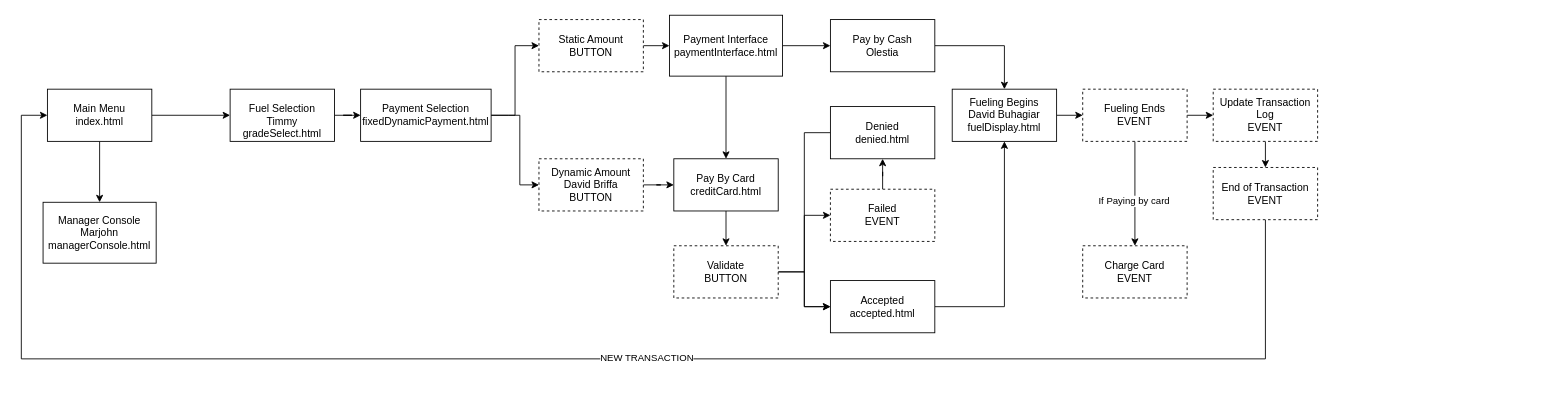
Earlier version of the draw.io diagram Design-Diagrams-And-Misc/GasStation.drawio (David-Briffa/CIS2207-Assignment). Source tidied: cells renumbered, new cells numbered last; positions are measured from the earlier drawing's top-left corner, leaving out a move shared by most shapes. Both pictures are drawn from the tidied source at 87%, with x=0, y=0 at pixel (21, 15).
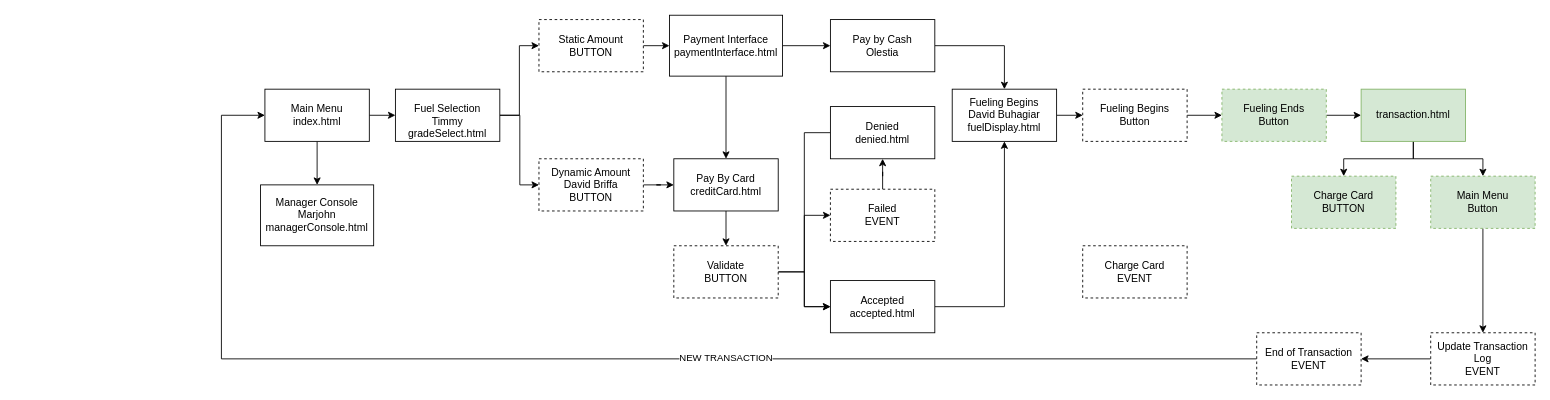
Above is the later version.

Commit message:
Added a missing page with two buttons

new items marked in green

The change refers to these unchanged cells:
```xml
<mxCell id="2" value="&lt;div&gt;Charge Card&lt;/div&gt;&lt;div&gt;EVENT&lt;br&gt;&lt;/div&gt;" style="rounded=0;whiteSpace=wrap;html=1;dashed=1;" parent="1" vertex="1">
  <mxGeometry x="1220" y="265" width="120" height="60" as="geometry" />
</mxCell>
<mxCell id="24" value="&lt;div&gt;Dynamic Amount&lt;/div&gt;&lt;div&gt;David Briffa&lt;/div&gt;&lt;div&gt;BUTTON&lt;br&gt;&lt;/div&gt;" style="rounded=0;whiteSpace=wrap;html=1;dashed=1;" parent="1" vertex="1">
  <mxGeometry x="595" y="165" width="120" height="60" as="geometry" />
</mxCell>
<mxCell id="26" value="&lt;div&gt;Static Amount&lt;/div&gt;BUTTON" style="rounded=0;whiteSpace=wrap;html=1;dashed=1;" parent="1" vertex="1">
  <mxGeometry x="595" y="5" width="120" height="60" as="geometry" />
</mxCell>
```

The edit, as a diff of the source:
```diff
@@
-    <mxCell id="3" style="edgeStyle=orthogonalEdgeStyle;rounded=0;jettySize=auto;html=1;exitX=0.5;exitY=1;exitDx=0;exitDy=0;entryX=0.5;entryY=0;entryDx=0;entryDy=0;" parent="1" edge="1" source="6" target="2">
+    <mxCell id="3" style="edgeStyle=orthogonalEdgeStyle;rounded=0;jettySize=auto;html=1;exitX=1;exitY=0.5;exitDx=0;exitDy=0;entryX=0;entryY=0.5;entryDx=0;entryDy=0;" parent="1" edge="1" source="6" target="49">
       <mxGeometry relative="1" as="geometry" />
     </mxCell>
-    <mxCell id="4" value="If Paying by card" style="edgeLabel;html=1;align=center;verticalAlign=middle;" parent="3" vertex="1">
-      <mxGeometry x="0.14" y="-2" relative="1" as="geometry" />
-    </mxCell>
-    <mxCell id="5" style="edgeStyle=orthogonalEdgeStyle;rounded=0;jettySize=auto;html=1;exitX=1;exitY=0.5;exitDx=0;exitDy=0;entryX=0;entryY=0.5;entryDx=0;entryDy=0;" parent="1" edge="1" source="6" target="32">
+    <mxCell id="5" style="edgeStyle=orthogonalEdgeStyle;rounded=0;jettySize=auto;html=1;exitX=1;exitY=0.5;exitDx=0;exitDy=0;entryX=0;entryY=0.5;entryDx=0;entryDy=0;" parent="1" edge="1" source="49" target="45">
       <mxGeometry relative="1" as="geometry" />
     </mxCell>
-    <mxCell id="6" value="&lt;div&gt;Fueling Ends&lt;/div&gt;&lt;div&gt;EVENT&lt;br&gt;&lt;/div&gt;" style="rounded=0;whiteSpace=wrap;html=1;dashed=1;" parent="1" vertex="1">
+    <mxCell id="6" value="&lt;div&gt;Fueling Begins&lt;br&gt;&lt;/div&gt;&lt;div&gt;Button&lt;br&gt;&lt;/div&gt;" style="rounded=0;whiteSpace=wrap;html=1;dashed=1;" parent="1" vertex="1">
       <mxGeometry x="1220" y="85" width="120" height="60" as="geometry" />
     </mxCell>
@@
-    <mxCell id="27" style="edgeStyle=orthogonalEdgeStyle;rounded=0;jettySize=auto;html=1;exitX=1;exitY=0.5;exitDx=0;exitDy=0;entryX=0;entryY=0.5;entryDx=0;entryDy=0;" parent="1" edge="1" source="42" target="26">
+    <mxCell id="27" style="edgeStyle=orthogonalEdgeStyle;rounded=0;jettySize=auto;html=1;exitX=1;exitY=0.5;exitDx=0;exitDy=0;entryX=0;entryY=0.5;entryDx=0;entryDy=0;" parent="1" edge="1" source="30" target="26">
       <mxGeometry relative="1" as="geometry" />
     </mxCell>
-    <mxCell id="28" style="edgeStyle=orthogonalEdgeStyle;rounded=0;jettySize=auto;html=1;exitX=1;exitY=0.5;exitDx=0;exitDy=0;entryX=0;entryY=0.5;entryDx=0;entryDy=0;" parent="1" edge="1" source="42" target="24">
+    <mxCell id="28" style="edgeStyle=orthogonalEdgeStyle;rounded=0;jettySize=auto;html=1;exitX=1;exitY=0.5;exitDx=0;exitDy=0;entryX=0;entryY=0.5;entryDx=0;entryDy=0;" parent="1" edge="1" source="30" target="24">
       <mxGeometry relative="1" as="geometry">
         <Array as="points">
-          <mxPoint x="560" y="115" />
           <mxPoint x="573" y="115" />
           <mxPoint x="573" y="195" />
         </Array>
       </mxGeometry>
     </mxCell>
-    <mxCell id="29" style="edgeStyle=orthogonalEdgeStyle;rounded=0;jettySize=auto;html=1;entryX=0;entryY=0.5;entryDx=0;entryDy=0;" parent="1" edge="1" source="30" target="42">
-      <mxGeometry relative="1" as="geometry" />
-    </mxCell>
     <mxCell id="30" value="&lt;div&gt;&lt;br&gt;&lt;/div&gt;&lt;div&gt;Fuel Selection&lt;/div&gt;&lt;div&gt;Timmy&lt;/div&gt;&lt;div&gt;gradeSelect.html&lt;br&gt;&lt;/div&gt;" style="rounded=0;whiteSpace=wrap;html=1;" parent="1" vertex="1">
-      <mxGeometry x="240" y="85" width="120" height="60" as="geometry" />
+      <mxGeometry x="430" y="85" width="120" height="60" as="geometry" />
     </mxCell>
-    <mxCell id="31" style="edgeStyle=orthogonalEdgeStyle;rounded=0;jettySize=auto;html=1;exitX=0.5;exitY=1;exitDx=0;exitDy=0;entryX=0.5;entryY=0;entryDx=0;entryDy=0;" parent="1" edge="1" source="32" target="35">
+    <mxCell id="31" style="edgeStyle=orthogonalEdgeStyle;rounded=0;jettySize=auto;html=1;exitX=0;exitY=0.5;exitDx=0;exitDy=0;entryX=1;entryY=0.5;entryDx=0;entryDy=0;" parent="1" edge="1" source="32" target="35">
       <mxGeometry relative="1" as="geometry" />
     </mxCell>
     <mxCell id="32" value="&lt;div&gt;Update Transaction Log&lt;/div&gt;&lt;div&gt;EVENT&lt;br&gt;&lt;/div&gt;" style="rounded=0;whiteSpace=wrap;html=1;dashed=1;" parent="1" vertex="1">
-      <mxGeometry x="1370" y="85" width="120" height="60" as="geometry" />
+      <mxGeometry x="1620" y="365" width="120" height="60" as="geometry" />
     </mxCell>
-    <mxCell id="33" style="edgeStyle=orthogonalEdgeStyle;rounded=0;jettySize=auto;html=1;entryX=0;entryY=0.5;entryDx=0;entryDy=0;" parent="1" edge="1" source="35" target="38">
+    <mxCell id="33" style="edgeStyle=orthogonalEdgeStyle;rounded=0;jettySize=auto;html=1;entryX=0;entryY=0.5;entryDx=0;entryDy=0;exitX=0;exitY=0.5;exitDx=0;exitDy=0;" parent="1" edge="1" source="35" target="38">
       <mxGeometry relative="1" as="geometry">
         <Array as="points">
-          <mxPoint x="1430" y="395" />
-          <mxPoint y="395" />
-          <mxPoint y="115" />
+          <mxPoint x="1420" y="395" />
+          <mxPoint x="230" y="395" />
+          <mxPoint x="230" y="115" />
         </Array>
       </mxGeometry>
     </mxCell>
@@
     <mxCell id="35" value="&lt;div&gt;End of Transaction&lt;/div&gt;EVENT" style="rounded=0;whiteSpace=wrap;html=1;dashed=1;" parent="1" vertex="1">
-      <mxGeometry x="1370" y="175" width="120" height="60" as="geometry" />
+      <mxGeometry x="1420" y="365" width="120" height="60" as="geometry" />
     </mxCell>
@@
     <mxCell id="38" value="&lt;div&gt;Main Menu&lt;/div&gt;&lt;div&gt;index.html&lt;br&gt;&lt;/div&gt;" style="rounded=0;whiteSpace=wrap;html=1;" parent="1" vertex="1">
-      <mxGeometry x="30" y="85" width="120" height="60" as="geometry" />
+      <mxGeometry x="280" y="85" width="120" height="60" as="geometry" />
     </mxCell>
     <mxCell id="39" value="&lt;div&gt;Manager Console&lt;/div&gt;&lt;div&gt;Marjohn&lt;/div&gt;&lt;div&gt;managerConsole.html&lt;br&gt;&lt;/div&gt;" style="rounded=0;whiteSpace=wrap;html=1;" parent="1" vertex="1">
-      <mxGeometry x="25" y="215" width="130" height="70" as="geometry" />
+      <mxGeometry x="275" y="195" width="130" height="70" as="geometry" />
     </mxCell>
@@
-    <mxCell id="42" value="Payment Selection&lt;br&gt;fixedDynamicPayment.html" style="rounded=0;whiteSpace=wrap;html=1;" parent="1" vertex="1">
-      <mxGeometry x="390" y="85" width="150" height="60" as="geometry" />
-    </mxCell>
+    <mxCell id="43" style="edgeStyle=orthogonalEdgeStyle;rounded=0;jettySize=auto;html=1;exitX=0.5;exitY=1;exitDx=0;exitDy=0;entryX=0.5;entryY=0;entryDx=0;entryDy=0;" parent="1" edge="1" source="45" target="46">
+      <mxGeometry relative="1" as="geometry" />
+    </mxCell>
+    <mxCell id="44" style="edgeStyle=orthogonalEdgeStyle;rounded=0;jettySize=auto;html=1;exitX=0.5;exitY=1;exitDx=0;exitDy=0;entryX=0.5;entryY=0;entryDx=0;entryDy=0;" parent="1" edge="1" source="45" target="48">
+      <mxGeometry relative="1" as="geometry" />
+    </mxCell>
+    <mxCell id="45" value="transaction.html" style="rounded=0;whiteSpace=wrap;html=1;fillColor=#d5e8d4;strokeColor=#82b366;" parent="1" vertex="1">
+      <mxGeometry x="1540" y="85" width="120" height="60" as="geometry" />
+    </mxCell>
+    <mxCell id="46" value="&lt;div&gt;Charge Card&lt;br&gt;&lt;/div&gt;BUTTON" style="rounded=0;whiteSpace=wrap;html=1;dashed=1;fillColor=#d5e8d4;strokeColor=#82b366;" parent="1" vertex="1">
+      <mxGeometry x="1460" y="185" width="120" height="60" as="geometry" />
+    </mxCell>
+    <mxCell id="47" style="edgeStyle=orthogonalEdgeStyle;rounded=0;jettySize=auto;html=1;exitX=0.5;exitY=1;exitDx=0;exitDy=0;entryX=0.5;entryY=0;entryDx=0;entryDy=0;" parent="1" edge="1" source="48" target="32">
+      <mxGeometry relative="1" as="geometry" />
+    </mxCell>
+    <mxCell id="48" value="&lt;div&gt;Main Menu&lt;br&gt;&lt;/div&gt;&lt;div&gt;Button&lt;br&gt;&lt;/div&gt;" style="rounded=0;whiteSpace=wrap;html=1;dashed=1;fillColor=#d5e8d4;strokeColor=#82b366;" parent="1" vertex="1">
+      <mxGeometry x="1620" y="185" width="120" height="60" as="geometry" />
+    </mxCell>
+    <mxCell id="49" value="&lt;div&gt;Fueling Ends&lt;/div&gt;&lt;div&gt;Button&lt;br&gt;&lt;/div&gt;" style="rounded=0;whiteSpace=wrap;html=1;dashed=1;fillColor=#d5e8d4;strokeColor=#82b366;" parent="1" vertex="1">
+      <mxGeometry x="1380" y="85" width="120" height="60" as="geometry" />
+    </mxCell>
```
